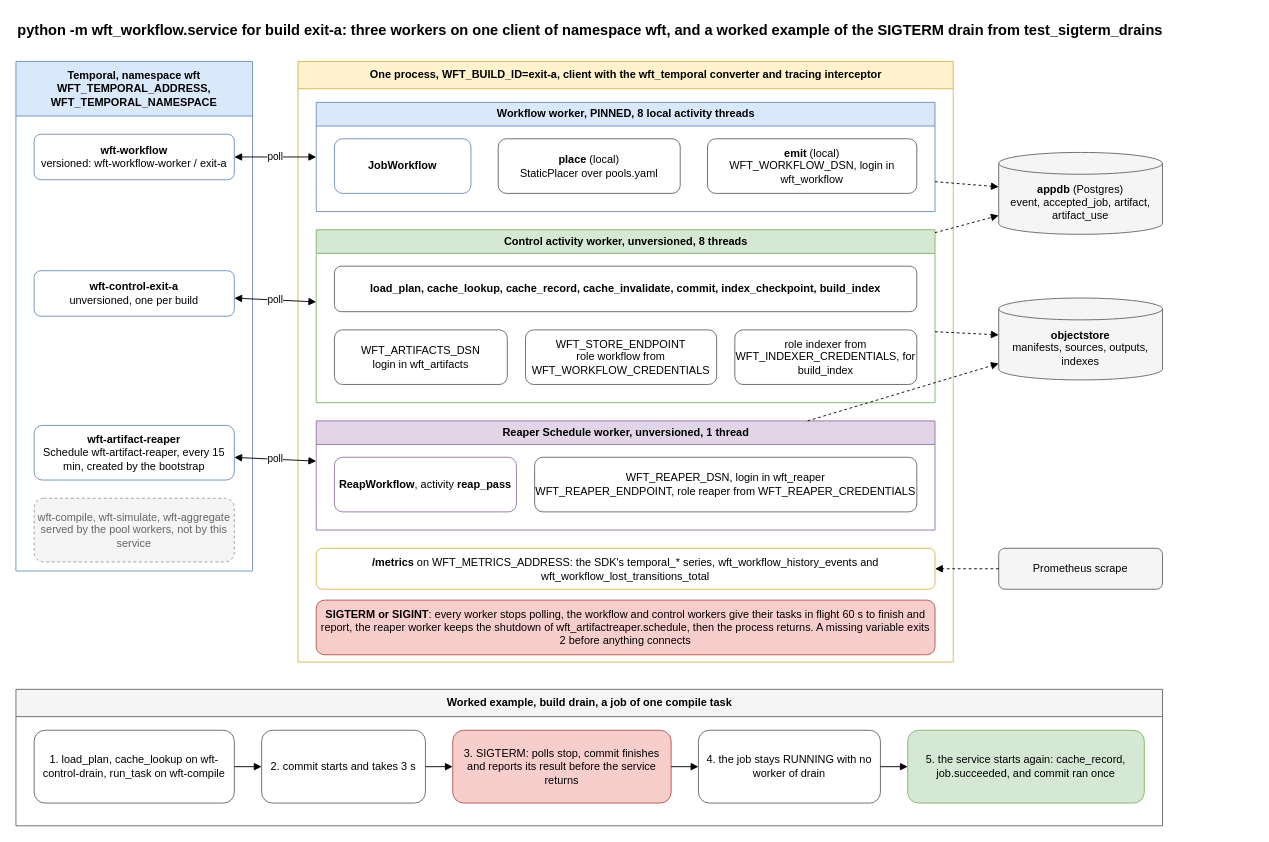
The draw.io diagram packages/workflow/worker-service.drawio in AndoNorth/disyard, before the edit. Source tidied: cells renumbered, new cells numbered last; positions are measured from the earlier drawing's top-left corner, leaving out a move shared by most shapes. Both pictures are drawn from the tidied source at 91%, with x=0, y=0 at pixel (15, 15).
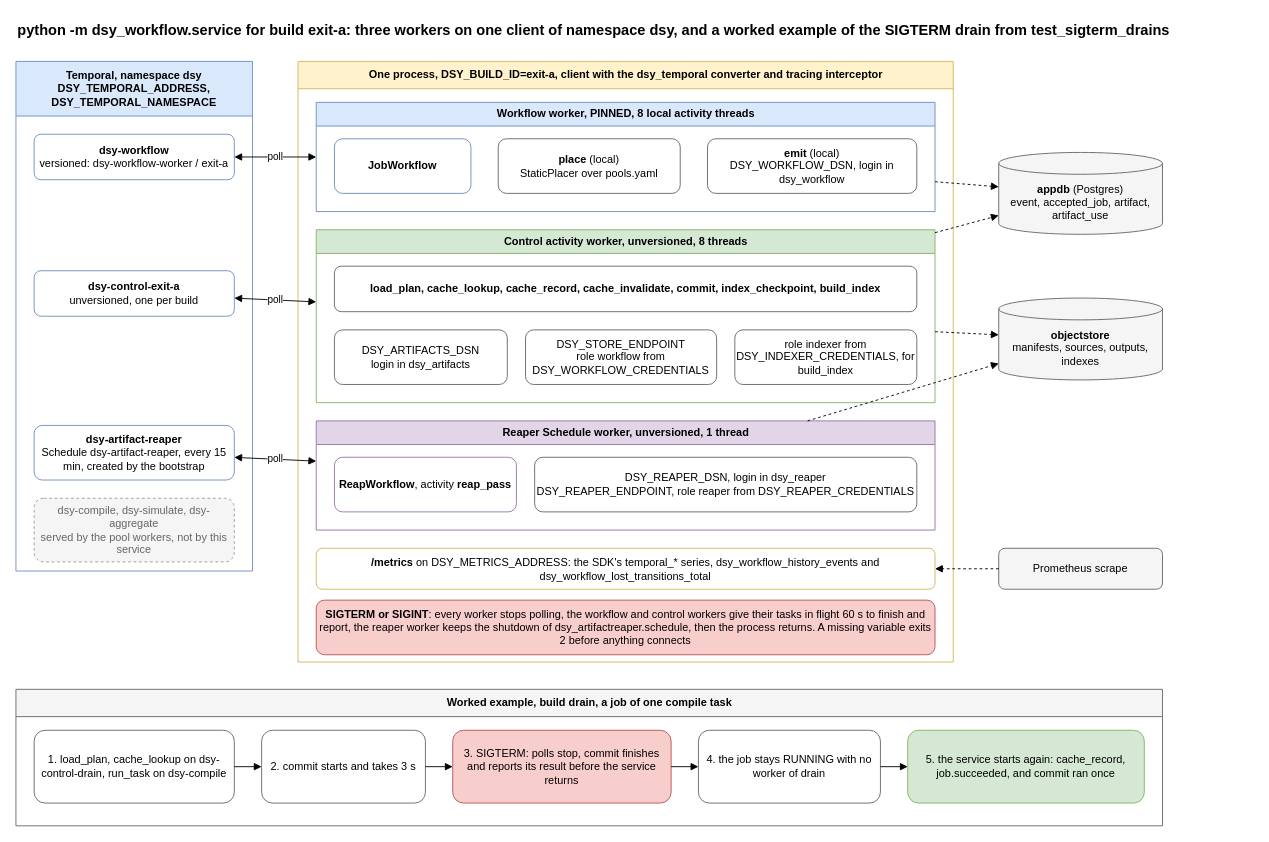
After the change.

Unchanged cells that the change refers to:
```xml
<mxCell id="9" value="Workflow worker, PINNED, 8 local activity threads" style="swimlane;startSize=26;html=1;fillColor=#dae8fc;strokeColor=#6c8ebf;fontStyle=1;" parent="8" vertex="1">
  <mxGeometry x="20" y="45" width="680" height="120" as="geometry" />
</mxCell>
<mxCell id="13" value="Control activity worker, unversioned, 8 threads" style="swimlane;startSize=26;html=1;fillColor=#d5e8d4;strokeColor=#82b366;fontStyle=1;" parent="8" vertex="1">
  <mxGeometry x="20" y="185" width="680" height="190" as="geometry" />
</mxCell>
<mxCell id="18" value="Reaper Schedule worker, unversioned, 1 thread" style="swimlane;startSize=26;html=1;fillColor=#e1d5e7;strokeColor=#9673a6;fontStyle=1;" parent="8" vertex="1">
  <mxGeometry x="20" y="395" width="680" height="120" as="geometry" />
</mxCell>
<mxCell id="34" value="Worked example, build drain, a job of one compile task" style="swimlane;startSize=30;html=1;fillColor=#f5f5f5;strokeColor=#666666;fontStyle=1;" parent="1" vertex="1">
  <mxGeometry y="740" width="1260" height="150" as="geometry" />
</mxCell>
```

Diff of the diagram source:
```diff
@@
-    <mxCell id="2" value="python -m wft_workflow.service for build exit-a: three workers on one client of namespace wft, and a worked example of the SIGTERM drain from test_sigterm_drains" style="text;html=1;fontSize=16;fontStyle=1;align=left;" parent="1" vertex="1">
+    <mxCell id="2" value="python -m dsy_workflow.service for build exit-a: three workers on one client of namespace dsy, and a worked example of the SIGTERM drain from test_sigterm_drains" style="text;html=1;fontSize=16;fontStyle=1;align=left;" parent="1" vertex="1">
       <mxGeometry width="1360" height="30" as="geometry" />
     </mxCell>
-    <mxCell id="3" value="Temporal, namespace wft&lt;br&gt;WFT_TEMPORAL_ADDRESS, WFT_TEMPORAL_NAMESPACE" style="swimlane;startSize=60;html=1;fillColor=#dae8fc;strokeColor=#6c8ebf;fontStyle=1;whiteSpace=wrap;" parent="1" vertex="1">
+    <mxCell id="3" value="Temporal, namespace dsy&lt;br&gt;DSY_TEMPORAL_ADDRESS, DSY_TEMPORAL_NAMESPACE" style="swimlane;startSize=60;html=1;fillColor=#dae8fc;strokeColor=#6c8ebf;fontStyle=1;whiteSpace=wrap;" parent="1" vertex="1">
       <mxGeometry y="50" width="260" height="560" as="geometry" />
     </mxCell>
-    <mxCell id="4" value="&lt;b&gt;wft-workflow&lt;/b&gt;&lt;br&gt;versioned: wft-workflow-worker / exit-a" style="rounded=1;whiteSpace=wrap;html=1;fillColor=#ffffff;strokeColor=#6c8ebf;" parent="3" vertex="1">
+    <mxCell id="4" value="&lt;b&gt;dsy-workflow&lt;/b&gt;&lt;br&gt;versioned: dsy-workflow-worker / exit-a" style="rounded=1;whiteSpace=wrap;html=1;fillColor=#ffffff;strokeColor=#6c8ebf;" parent="3" vertex="1">
       <mxGeometry x="20" y="80" width="220" height="50" as="geometry" />
     </mxCell>
-    <mxCell id="5" value="&lt;b&gt;wft-control-exit-a&lt;/b&gt;&lt;br&gt;unversioned, one per build" style="rounded=1;whiteSpace=wrap;html=1;fillColor=#ffffff;strokeColor=#6c8ebf;" parent="3" vertex="1">
+    <mxCell id="5" value="&lt;b&gt;dsy-control-exit-a&lt;/b&gt;&lt;br&gt;unversioned, one per build" style="rounded=1;whiteSpace=wrap;html=1;fillColor=#ffffff;strokeColor=#6c8ebf;" parent="3" vertex="1">
       <mxGeometry x="20" y="230" width="220" height="50" as="geometry" />
     </mxCell>
-    <mxCell id="6" value="&lt;b&gt;wft-artifact-reaper&lt;/b&gt;&lt;br&gt;Schedule wft-artifact-reaper, every 15 min, created by the bootstrap" style="rounded=1;whiteSpace=wrap;html=1;fillColor=#ffffff;strokeColor=#6c8ebf;" parent="3" vertex="1">
+    <mxCell id="6" value="&lt;b&gt;dsy-artifact-reaper&lt;/b&gt;&lt;br&gt;Schedule dsy-artifact-reaper, every 15 min, created by the bootstrap" style="rounded=1;whiteSpace=wrap;html=1;fillColor=#ffffff;strokeColor=#6c8ebf;" parent="3" vertex="1">
       <mxGeometry x="20" y="400" width="220" height="60" as="geometry" />
     </mxCell>
-    <mxCell id="7" value="wft-compile, wft-simulate, wft-aggregate&lt;br&gt;served by the pool workers, not by this service" style="rounded=1;whiteSpace=wrap;html=1;fillColor=#f5f5f5;strokeColor=#999999;dashed=1;fontColor=#666666;" parent="3" vertex="1">
+    <mxCell id="7" value="dsy-compile, dsy-simulate, dsy-aggregate&lt;br&gt;served by the pool workers, not by this service" style="rounded=1;whiteSpace=wrap;html=1;fillColor=#f5f5f5;strokeColor=#999999;dashed=1;fontColor=#666666;" parent="3" vertex="1">
       <mxGeometry x="20" y="480" width="220" height="70" as="geometry" />
     </mxCell>
-    <mxCell id="8" value="One process, WFT_BUILD_ID=exit-a, client with the wft_temporal converter and tracing interceptor" style="swimlane;startSize=30;html=1;fillColor=#fff2cc;strokeColor=#d6b656;fontStyle=1;" parent="1" vertex="1">
+    <mxCell id="8" value="One process, DSY_BUILD_ID=exit-a, client with the dsy_temporal converter and tracing interceptor" style="swimlane;startSize=30;html=1;fillColor=#fff2cc;strokeColor=#d6b656;fontStyle=1;" parent="1" vertex="1">
       <mxGeometry x="310" y="50" width="720" height="660" as="geometry" />
     </mxCell>
@@
-    <mxCell id="12" value="&lt;b&gt;emit&lt;/b&gt; (local)&lt;br&gt;WFT_WORKFLOW_DSN, login in wft_workflow" style="rounded=1;whiteSpace=wrap;html=1;fillColor=#ffffff;strokeColor=#666666;" parent="9" vertex="1">
+    <mxCell id="12" value="&lt;b&gt;emit&lt;/b&gt; (local)&lt;br&gt;DSY_WORKFLOW_DSN, login in dsy_workflow" style="rounded=1;whiteSpace=wrap;html=1;fillColor=#ffffff;strokeColor=#666666;" parent="9" vertex="1">
       <mxGeometry x="430" y="40" width="230" height="60" as="geometry" />
     </mxCell>
@@
-    <mxCell id="15" value="WFT_ARTIFACTS_DSN&lt;br&gt;login in wft_artifacts" style="rounded=1;whiteSpace=wrap;html=1;fillColor=#ffffff;strokeColor=#666666;" parent="13" vertex="1">
+    <mxCell id="15" value="DSY_ARTIFACTS_DSN&lt;br&gt;login in dsy_artifacts" style="rounded=1;whiteSpace=wrap;html=1;fillColor=#ffffff;strokeColor=#666666;" parent="13" vertex="1">
       <mxGeometry x="20" y="110" width="190" height="60" as="geometry" />
     </mxCell>
-    <mxCell id="16" value="WFT_STORE_ENDPOINT&lt;br&gt;role workflow from WFT_WORKFLOW_CREDENTIALS" style="rounded=1;whiteSpace=wrap;html=1;fillColor=#ffffff;strokeColor=#666666;" parent="13" vertex="1">
+    <mxCell id="16" value="DSY_STORE_ENDPOINT&lt;br&gt;role workflow from DSY_WORKFLOW_CREDENTIALS" style="rounded=1;whiteSpace=wrap;html=1;fillColor=#ffffff;strokeColor=#666666;" parent="13" vertex="1">
       <mxGeometry x="230" y="110" width="210" height="60" as="geometry" />
     </mxCell>
-    <mxCell id="17" value="role indexer from WFT_INDEXER_CREDENTIALS, for build_index" style="rounded=1;whiteSpace=wrap;html=1;fillColor=#ffffff;strokeColor=#666666;" parent="13" vertex="1">
+    <mxCell id="17" value="role indexer from DSY_INDEXER_CREDENTIALS, for build_index" style="rounded=1;whiteSpace=wrap;html=1;fillColor=#ffffff;strokeColor=#666666;" parent="13" vertex="1">
       <mxGeometry x="460" y="110" width="200" height="60" as="geometry" />
     </mxCell>
@@
-    <mxCell id="20" value="WFT_REAPER_DSN, login in wft_reaper&lt;br&gt;WFT_REAPER_ENDPOINT, role reaper from WFT_REAPER_CREDENTIALS" style="rounded=1;whiteSpace=wrap;html=1;fillColor=#ffffff;strokeColor=#666666;" parent="18" vertex="1">
+    <mxCell id="20" value="DSY_REAPER_DSN, login in dsy_reaper&lt;br&gt;DSY_REAPER_ENDPOINT, role reaper from DSY_REAPER_CREDENTIALS" style="rounded=1;whiteSpace=wrap;html=1;fillColor=#ffffff;strokeColor=#666666;" parent="18" vertex="1">
       <mxGeometry x="240" y="40" width="420" height="60" as="geometry" />
     </mxCell>
-    <mxCell id="21" value="&lt;b&gt;/metrics&lt;/b&gt; on WFT_METRICS_ADDRESS: the SDK's temporal_* series, wft_workflow_history_events and wft_workflow_lost_transitions_total" style="rounded=1;whiteSpace=wrap;html=1;fillColor=#ffffff;strokeColor=#d6b656;" parent="8" vertex="1">
+    <mxCell id="21" value="&lt;b&gt;/metrics&lt;/b&gt; on DSY_METRICS_ADDRESS: the SDK's temporal_* series, dsy_workflow_history_events and dsy_workflow_lost_transitions_total" style="rounded=1;whiteSpace=wrap;html=1;fillColor=#ffffff;strokeColor=#d6b656;" parent="8" vertex="1">
       <mxGeometry x="20" y="535" width="680" height="45" as="geometry" />
     </mxCell>
-    <mxCell id="22" value="&lt;b&gt;SIGTERM or SIGINT&lt;/b&gt;: every worker stops polling, the workflow and control workers give their tasks in flight 60 s to finish and report, the reaper worker keeps the shutdown of wft_artifactreaper.schedule, then the process returns. A missing variable exits 2 before anything connects" style="rounded=1;whiteSpace=wrap;html=1;fillColor=#f8cecc;strokeColor=#b85450;" parent="8" vertex="1">
+    <mxCell id="22" value="&lt;b&gt;SIGTERM or SIGINT&lt;/b&gt;: every worker stops polling, the workflow and control workers give their tasks in flight 60 s to finish and report, the reaper worker keeps the shutdown of dsy_artifactreaper.schedule, then the process returns. A missing variable exits 2 before anything connects" style="rounded=1;whiteSpace=wrap;html=1;fillColor=#f8cecc;strokeColor=#b85450;" parent="8" vertex="1">
       <mxGeometry x="20" y="592" width="680" height="60" as="geometry" />
     </mxCell>
@@
-    <mxCell id="35" value="1. load_plan, cache_lookup on wft-control-drain, run_task on wft-compile" style="rounded=1;whiteSpace=wrap;html=1;fillColor=#ffffff;strokeColor=#666666;" parent="34" vertex="1">
+    <mxCell id="35" value="1. load_plan, cache_lookup on dsy-control-drain, run_task on dsy-compile" style="rounded=1;whiteSpace=wrap;html=1;fillColor=#ffffff;strokeColor=#666666;" parent="34" vertex="1">
       <mxGeometry x="20" y="45" width="220" height="80" as="geometry" />
     </mxCell>
```
